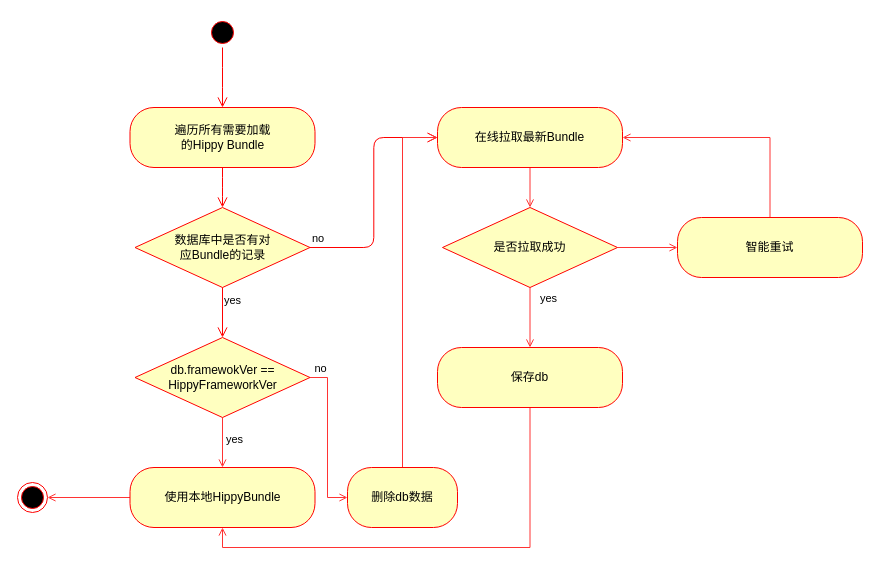
Above: page "Page-3" (3 of 3) of 后下载.drawio in wangziji/graphics (draw.io), before the change. Source tidied: cells renumbered, new cells numbered last; positions are measured from the earlier drawing's top-left corner, leaving out a move shared by most shapes. Both pictures are drawn from the tidied source at 100%, with x=0, y=0 at pixel (17, 17).
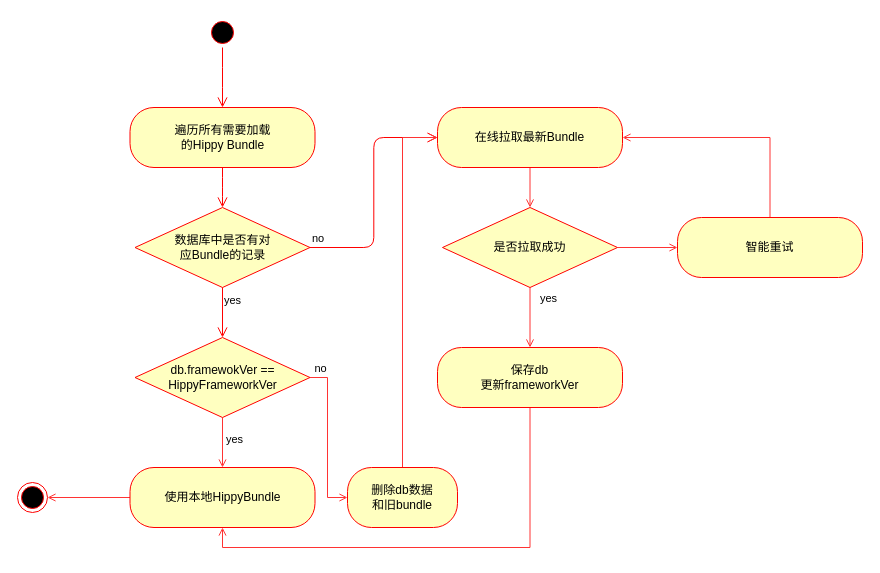
The same diagram, later.

Diff of the diagram source:
```diff
@@
-    <mxCell id="19" value="删除db数据" style="rounded=1;whiteSpace=wrap;html=1;arcSize=40;fontColor=#000000;fillColor=#ffffc0;strokeColor=#ff0000;" parent="1" vertex="1">
+    <mxCell id="19" value="删除db数据&lt;br&gt;和旧bundle" style="rounded=1;whiteSpace=wrap;html=1;arcSize=40;fontColor=#000000;fillColor=#ffffc0;strokeColor=#ff0000;" parent="1" vertex="1">
       <mxGeometry x="330" y="450" width="110" height="60" as="geometry" />
     </mxCell>
@@
-    <mxCell id="25" value="保存db" style="rounded=1;whiteSpace=wrap;html=1;arcSize=40;fontColor=#000000;fillColor=#ffffc0;strokeColor=#ff0000;" parent="1" vertex="1">
+    <mxCell id="25" value="保存db&lt;br&gt;更新frameworkVer" style="rounded=1;whiteSpace=wrap;html=1;arcSize=40;fontColor=#000000;fillColor=#ffffc0;strokeColor=#ff0000;" parent="1" vertex="1">
       <mxGeometry x="420" y="330" width="185" height="60" as="geometry" />
     </mxCell>
```
